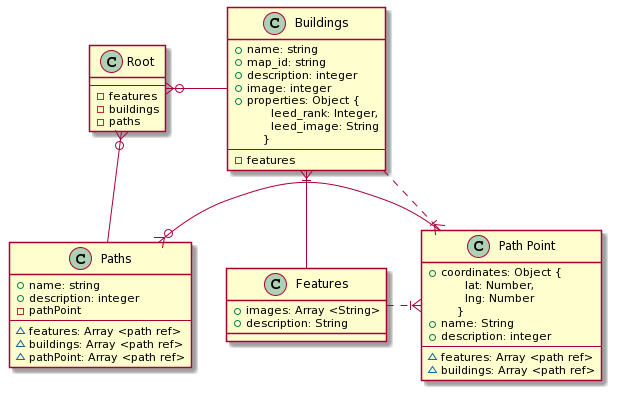
This is documents/VuexSustainabilityMapUML.png from OSU-Sustainability-Office/sustainability_map, a PlantUML export, as it was before one commit. The source it was exported from:
```plantuml
@startuml
class "Root" as root  {
  --
  - features
  - buildings
  - paths
}

class "Buildings" as buildings {
  + name: string
  + map_id: string
  + description: integer
  + image: integer
  + properties: Object {\n      leed_rank: Integer,\n      leed_image: String\n    }
  --
  - features
}

class "Features" as features {
  + images: Array <String>
  + description: String
}

class "Paths" as paths {
  + name: string
  + description: integer
  - pathPoint
  --
  ~ features: Array <path ref>
  ~ buildings: Array <path ref>
  ~ pathPoint: Array <path ref>
}
class "Path Point" as pathPoint {
  + coordinates: Object {\n      lat: Number,\n      lng: Number\n    }
 + name: String
 + description: integer
 --
 ~ features: Array <path ref>
 ~ buildings: Array <path ref>
}
paths }o-right- pathPoint
root }o-right- buildings
root }o-right- paths
pathPoint }|-left[dashed]- features
pathPoint }|-left[dashed]- buildings
buildings }|-- features
@enduml
```
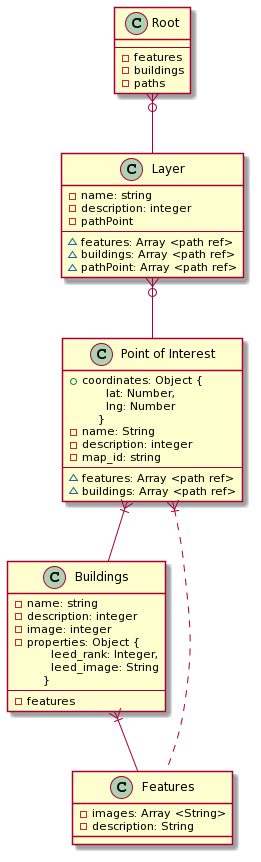
The same file after the commit.

Commit message:
updated vuex UML

What changed in the source:
```diff
@@ -7,41 +7,42 @@
 }
 
 class "Buildings" as buildings {
-  + name: string
-  + map_id: string
-  + description: integer
-  + image: integer
-  + properties: Object {\n      leed_rank: Integer,\n      leed_image: String\n    }
+  - name: string
+  - description: integer
+  - image: integer
+  - properties: Object {\n      leed_rank: Integer,\n      leed_image: String\n    }
   --
   - features
 }
 
 class "Features" as features {
-  + images: Array <String>
-  + description: String
+  - images: Array <String>
+  - description: String
 }
 
-class "Paths" as paths {
-  + name: string
-  + description: integer
+class "Layer" as layer {
+  - name: string
+  - description: integer
   - pathPoint
   --
   ~ features: Array <path ref>
   ~ buildings: Array <path ref>
   ~ pathPoint: Array <path ref>
 }
-class "Path Point" as pathPoint {
+
+class "Point of Interest" as pointInterest {
   + coordinates: Object {\n      lat: Number,\n      lng: Number\n    }
- + name: String
- + description: integer
+ - name: String
+ - description: integer
+   - map_id: string
  --
  ~ features: Array <path ref>
  ~ buildings: Array <path ref>
 }
-paths }o-right- pathPoint
-root }o-right- buildings
-root }o-right- paths
-pathPoint }|-left[dashed]- features
-pathPoint }|-left[dashed]- buildings
+
+root }o-- layer
+layer }o-- pointInterest
+pointInterest }|-[dashed]- features
+pointInterest }|-- buildings
 buildings }|-- features
 @enduml
```
